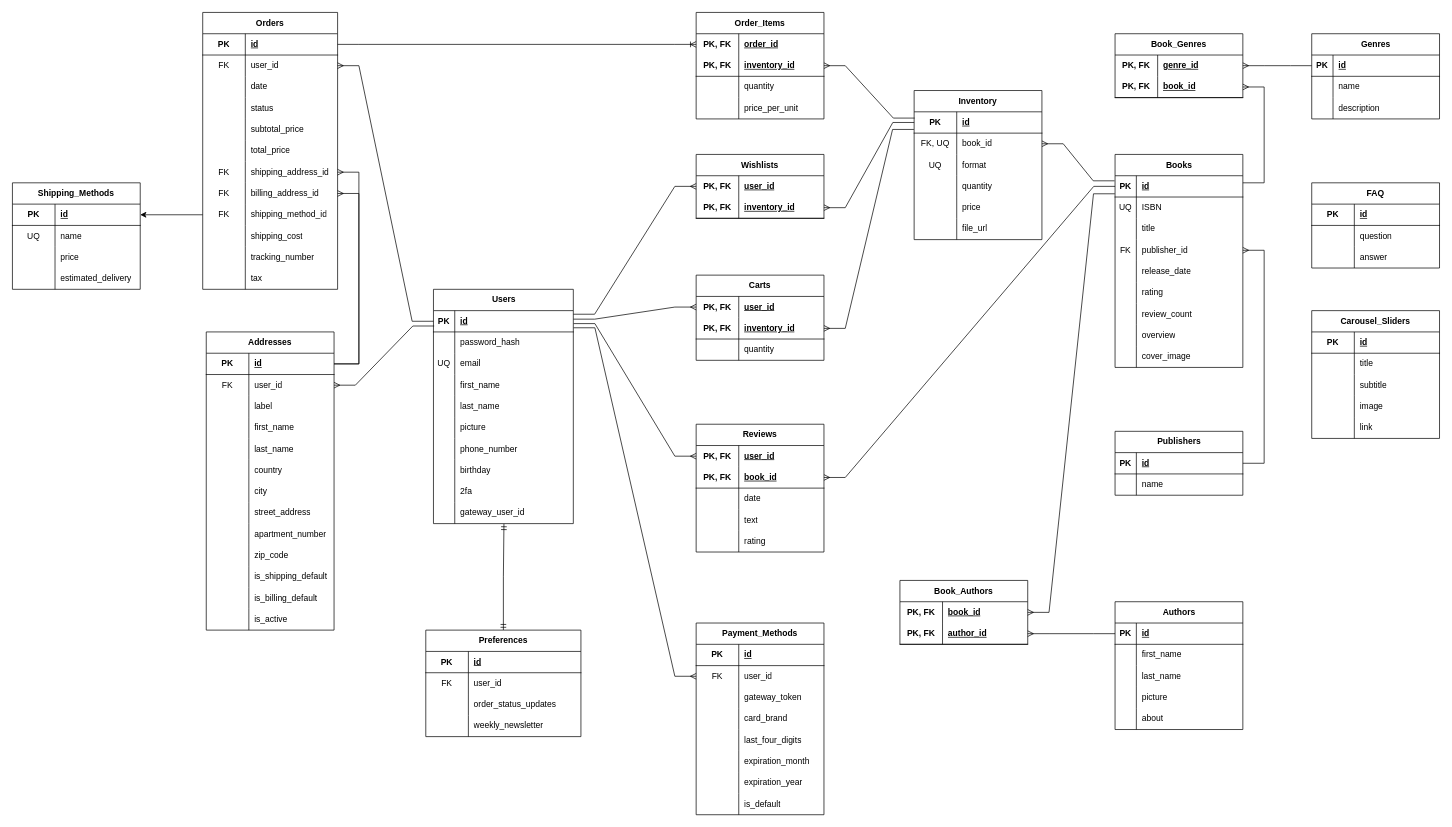
ShayTam/Bookstore keeps this draw.io diagram as ERD.drawio. Above is the earlier version. Source tidied: cells renumbered, new cells numbered last; positions are measured from the earlier drawing's top-left corner, leaving out a move shared by most shapes. Both pictures are drawn from the tidied source at 71%, with x=0, y=0 at pixel (12, 12).
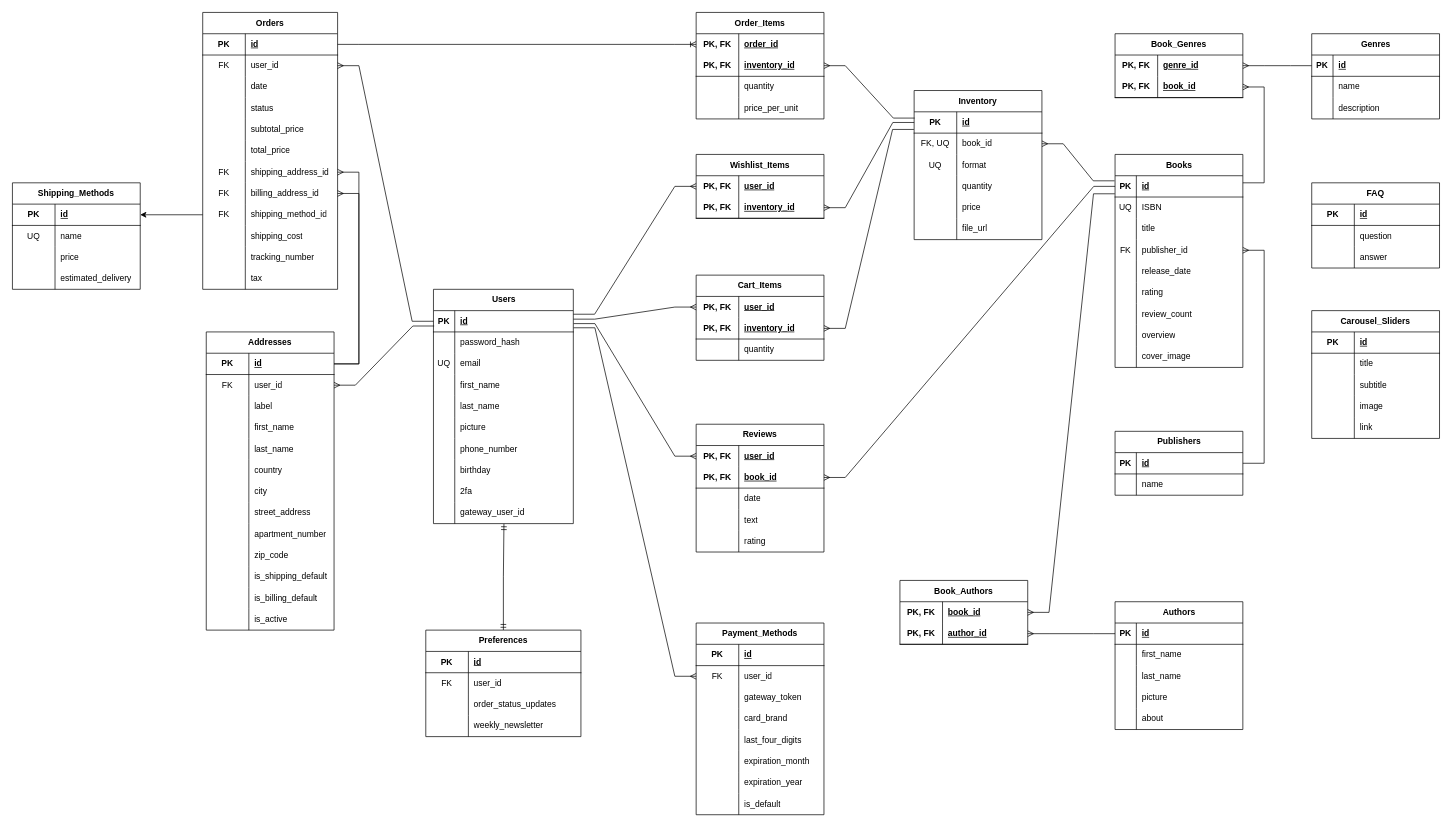
The same page after the edit.

Commit message:
Changed wishlists & carts table names

The edit, as a diff of the source:
```diff
@@
-    <mxCell id="156" value="Wishlists" style="shape=table;startSize=30;childLayout=tableLayout;rowLines=0;fontStyle=1;align=center;html=1;whiteSpace=wrap;" parent="1" vertex="1">
+    <mxCell id="156" value="Wishlist_Items" style="shape=table;startSize=30;childLayout=tableLayout;rowLines=0;fontStyle=1;align=center;html=1;whiteSpace=wrap;" parent="1" vertex="1">
       <mxGeometry x="963" y="200" width="180" height="90" as="geometry" />
     </mxCell>
@@
-    <mxCell id="318" value="&lt;span style=&quot;white-space: nowrap;&quot;&gt;Carts&lt;/span&gt;" style="shape=table;startSize=30;childLayout=tableLayout;rowLines=0;fontStyle=1;align=center;html=1;whiteSpace=wrap;" parent="1" vertex="1">
+    <mxCell id="318" value="&lt;span style=&quot;white-space: nowrap;&quot;&gt;Cart_Items&lt;/span&gt;" style="shape=table;startSize=30;childLayout=tableLayout;rowLines=0;fontStyle=1;align=center;html=1;whiteSpace=wrap;" parent="1" vertex="1">
       <mxGeometry x="963" y="370" width="180" height="120" as="geometry" />
     </mxCell>
```
